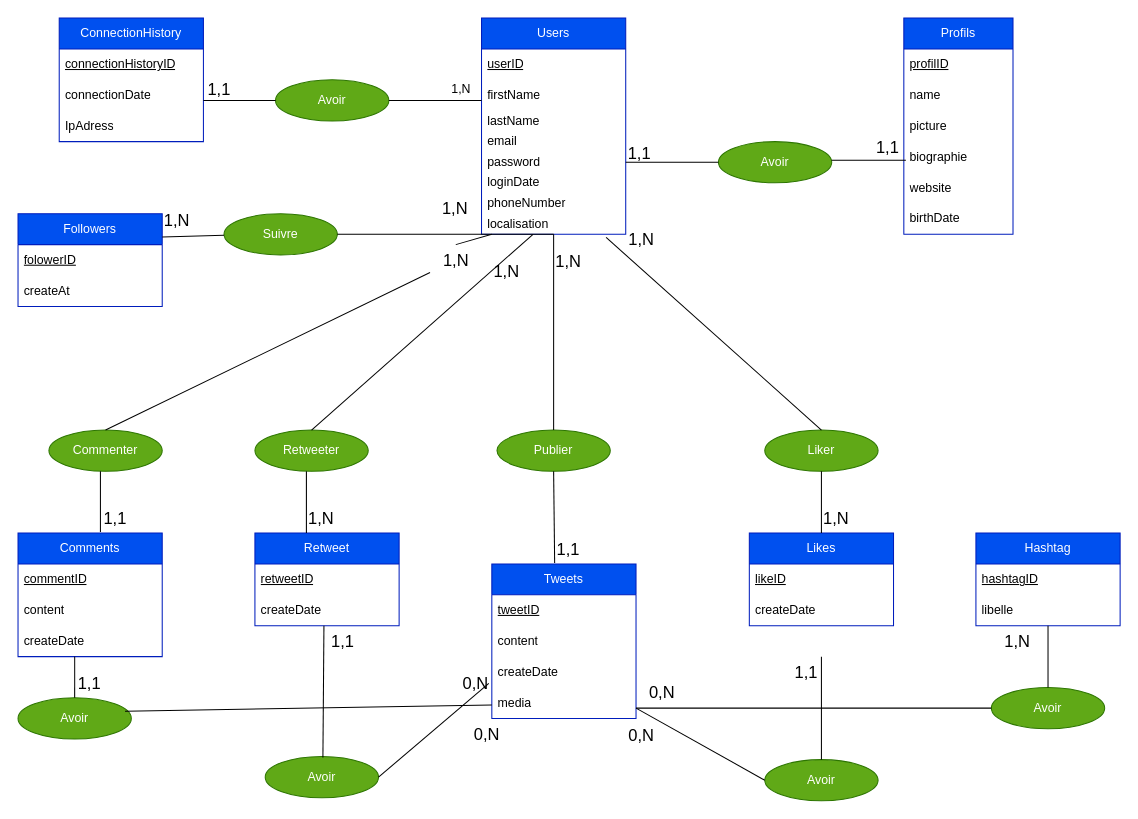
Claude-Mutela/mcd-diagramme keeps this draw.io diagram as MCD XCLONE.drawio. Above is the earlier version. Source tidied: cells renumbered, new cells numbered last; positions are measured from the earlier drawing's top-left corner, leaving out a move shared by most shapes. Both pictures are drawn from the tidied source at 103%, with x=0, y=0 at pixel (18, 18).
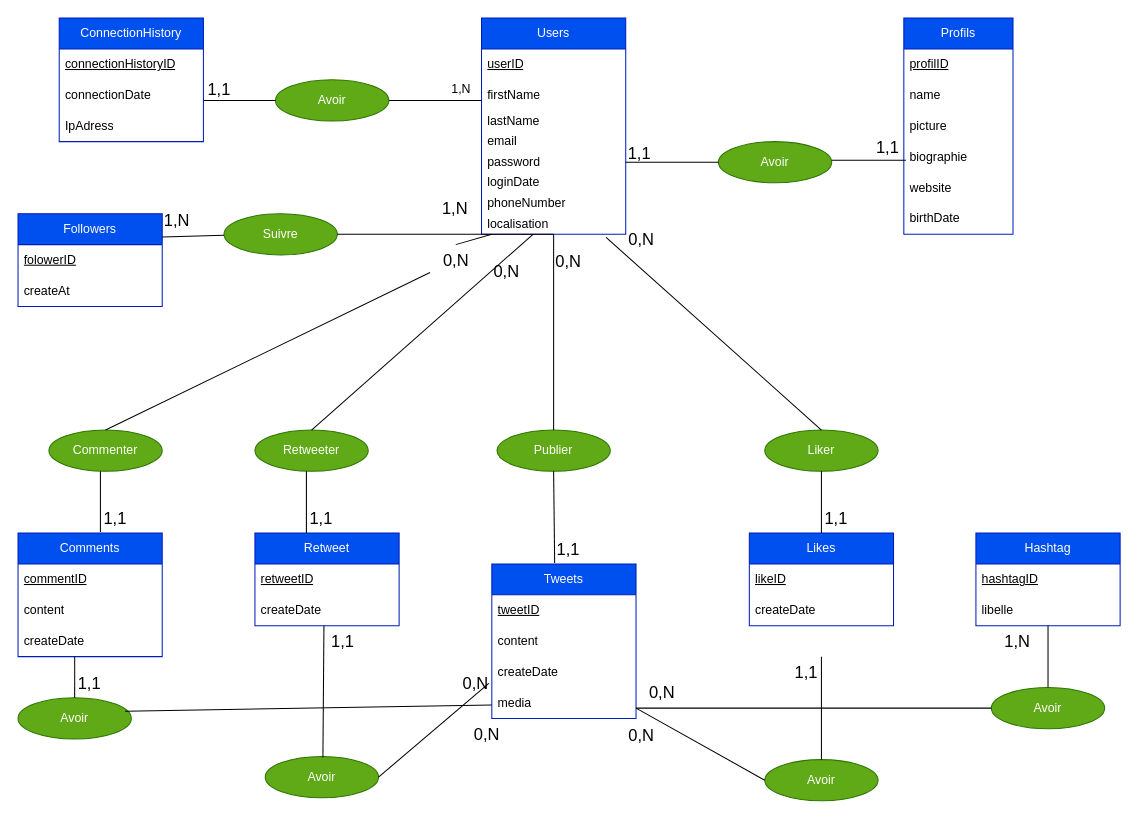
After the change.

Commit message:
Mettre à jour de la modification des cardinalitésMCD XCLONE.drawio

What changed in the source:
```diff
@@
-    <mxCell id="80" value="1,N" style="text;html=1;align=center;verticalAlign=middle;strokeColor=none;fillColor=none;fontSize=16;" parent="1" vertex="1">
+    <mxCell id="80" value="0,N" style="text;html=1;align=center;verticalAlign=middle;strokeColor=none;fillColor=none;fontSize=16;" parent="1" vertex="1">
       <mxGeometry x="580" y="200" width="50" height="30" as="geometry" />
     </mxCell>
@@
-    <mxCell id="90" value="1,N" style="text;html=1;align=center;verticalAlign=middle;points=[];strokeColor=none;fillColor=none;fontSize=16;" parent="1" vertex="1">
+    <mxCell id="90" value="0,N" style="text;html=1;align=center;verticalAlign=middle;points=[];strokeColor=none;fillColor=none;fontSize=16;" parent="1" vertex="1">
       <mxGeometry x="400" y="220" width="50" height="30" as="geometry" />
     </mxCell>
-    <mxCell id="91" value="1,N" style="text;html=1;align=center;verticalAlign=middle;strokeColor=none;fillColor=none;fontSize=16;" parent="1" vertex="1">
+    <mxCell id="91" value="0,N" style="text;html=1;align=center;verticalAlign=middle;strokeColor=none;fillColor=none;fontSize=16;" parent="1" vertex="1">
       <mxGeometry x="449" y="231" width="50" height="30" as="geometry" />
     </mxCell>
-    <mxCell id="92" value="1,N" style="text;html=1;align=center;verticalAlign=middle;strokeColor=none;fillColor=none;fontSize=16;" parent="1" vertex="1">
+    <mxCell id="92" value="0,N" style="text;html=1;align=center;verticalAlign=middle;strokeColor=none;fillColor=none;fontSize=16;" parent="1" vertex="1">
       <mxGeometry x="509" y="221" width="50" height="30" as="geometry" />
     </mxCell>
@@
-    <mxCell id="94" value="1,N" style="text;html=1;align=center;verticalAlign=middle;strokeColor=none;fillColor=none;fontSize=16;" parent="1" vertex="1">
+    <mxCell id="94" value="1,1" style="text;html=1;align=center;verticalAlign=middle;strokeColor=none;fillColor=none;fontSize=16;" parent="1" vertex="1">
       <mxGeometry x="269" y="471" width="50" height="30" as="geometry" />
     </mxCell>
@@
-    <mxCell id="96" value="1,N" style="text;html=1;align=center;verticalAlign=middle;strokeColor=none;fillColor=none;fontSize=16;" parent="1" vertex="1">
+    <mxCell id="96" value="1,1" style="text;html=1;align=center;verticalAlign=middle;strokeColor=none;fillColor=none;fontSize=16;" parent="1" vertex="1">
       <mxGeometry x="769" y="471" width="50" height="30" as="geometry" />
     </mxCell>
```
